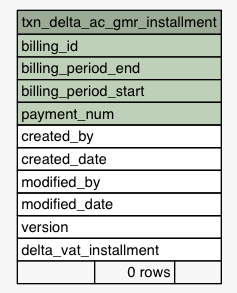
eyana-m/python-data-dictionary-writer keeps this Graphviz diagram as Data/settlement/diagrams/summary/txn_delta_ac_gmr_installment.1degree.png. Above is the earlier version. Its source is kept beside it as Data/settlement/diagrams/summary/txn_delta_ac_gmr_installment.1degree.dot. Source of this version:
```dot
digraph "txn_delta_ac_gmr_installment" {
  graph [
    rankdir="RL"
    bgcolor="#f7f7f7"
    nodesep="0.18"
    ranksep="0.46"
    fontname="Helvetica"
    fontsize="11"
  ];
  node [
    fontname="Helvetica"
    fontsize="11"
    shape="plaintext"
  ];
  edge [
    arrowsize="0.8"
  ];
  "txn_delta_ac_gmr_installment" [
    label=<
    <TABLE BORDER="0" CELLBORDER="1" CELLSPACING="0" BGCOLOR="#ffffff">
      <TR><TD COLSPAN="3" BGCOLOR="#9bab96" ALIGN="CENTER">txn_delta_ac_gmr_installment</TD></TR>
      <TR><TD PORT="billing_id" COLSPAN="3" BGCOLOR="#bed1b8" ALIGN="LEFT">billing_id</TD></TR>
      <TR><TD PORT="billing_period_end" COLSPAN="3" BGCOLOR="#bed1b8" ALIGN="LEFT">billing_period_end</TD></TR>
      <TR><TD PORT="billing_period_start" COLSPAN="3" BGCOLOR="#bed1b8" ALIGN="LEFT">billing_period_start</TD></TR>
      <TR><TD PORT="payment_num" COLSPAN="3" BGCOLOR="#bed1b8" ALIGN="LEFT">payment_num</TD></TR>
      <TR><TD PORT="created_by" COLSPAN="3" ALIGN="LEFT">created_by</TD></TR>
      <TR><TD PORT="created_date" COLSPAN="3" ALIGN="LEFT">created_date</TD></TR>
      <TR><TD PORT="modified_by" COLSPAN="3" ALIGN="LEFT">modified_by</TD></TR>
      <TR><TD PORT="modified_date" COLSPAN="3" ALIGN="LEFT">modified_date</TD></TR>
      <TR><TD PORT="version" COLSPAN="3" ALIGN="LEFT">version</TD></TR>
      <TR><TD PORT="delta_vat_installment" COLSPAN="3" ALIGN="LEFT">delta_vat_installment</TD></TR>
      <TR><TD ALIGN="LEFT" BGCOLOR="#f7f7f7">  </TD><TD ALIGN="RIGHT" BGCOLOR="#f7f7f7">0 rows</TD><TD ALIGN="RIGHT" BGCOLOR="#f7f7f7">  </TD></TR>
    </TABLE>>
    URL="tables/txn_delta_ac_gmr_installment.html"
    tooltip="txn_delta_ac_gmr_installment"
  ];
}
```
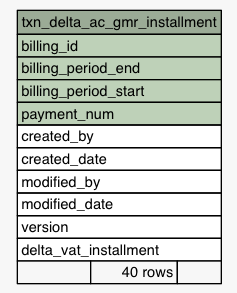
The same diagram one commit later.

The edit, as a diff of the source:
```diff
@@ -29,7 +29,7 @@
       <TR><TD PORT="modified_date" COLSPAN="3" ALIGN="LEFT">modified_date</TD></TR>
       <TR><TD PORT="version" COLSPAN="3" ALIGN="LEFT">version</TD></TR>
       <TR><TD PORT="delta_vat_installment" COLSPAN="3" ALIGN="LEFT">delta_vat_installment</TD></TR>
-      <TR><TD ALIGN="LEFT" BGCOLOR="#f7f7f7">  </TD><TD ALIGN="RIGHT" BGCOLOR="#f7f7f7">0 rows</TD><TD ALIGN="RIGHT" BGCOLOR="#f7f7f7">  </TD></TR>
+      <TR><TD ALIGN="LEFT" BGCOLOR="#f7f7f7">  </TD><TD ALIGN="RIGHT" BGCOLOR="#f7f7f7">40 rows</TD><TD ALIGN="RIGHT" BGCOLOR="#f7f7f7">  </TD></TR>
     </TABLE>>
     URL="tables/txn_delta_ac_gmr_installment.html"
     tooltip="txn_delta_ac_gmr_installment"
```
